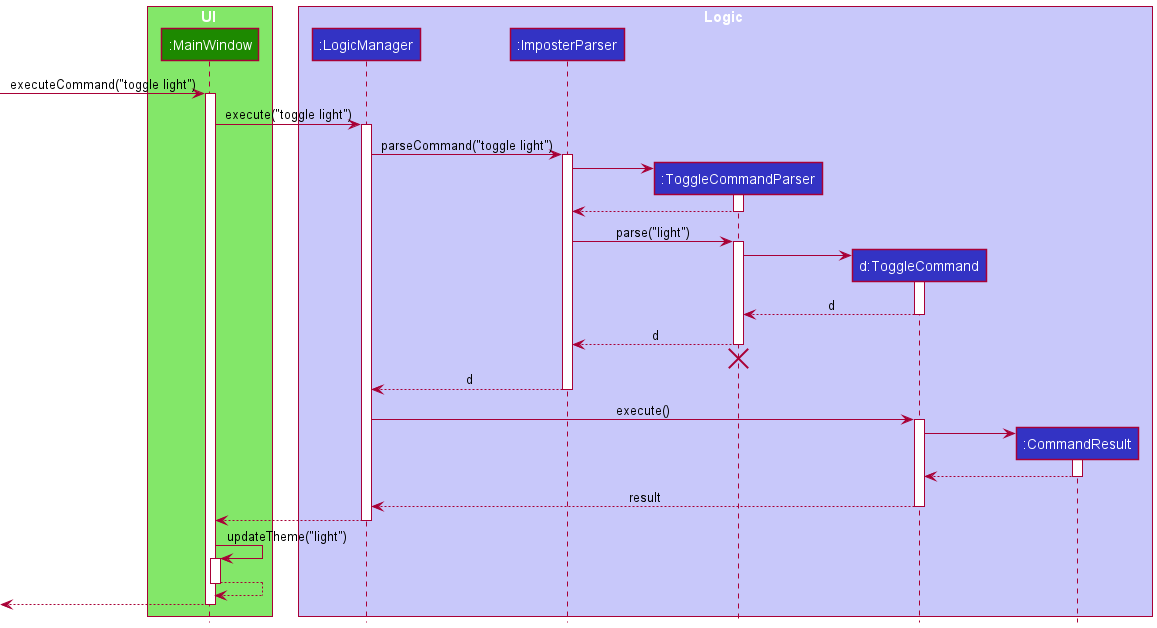
This is docs/images/ToggleSequenceDiagram.png from nus-cs2103-AY2021S2/tp, a PlantUML export, as it was before one commit.
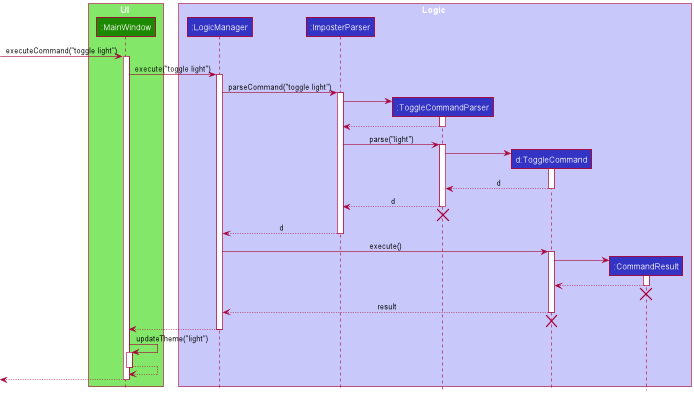
The same file after the commit.

The edit, as a diff of the source:
```diff
@@ -56,9 +56,13 @@
 
 CommandResult --> ToggleCommand
 deactivate CommandResult
+CommandResult -[hidden]-> ToggleCommand
+destroy CommandResult
 
 ToggleCommand --> LogicManager : result
 deactivate ToggleCommand
+ToggleCommand -[hidden]-> LogicManager
+destroy ToggleCommand
 
 LogicManager --> MainWindow
 deactivate LogicManager
```
